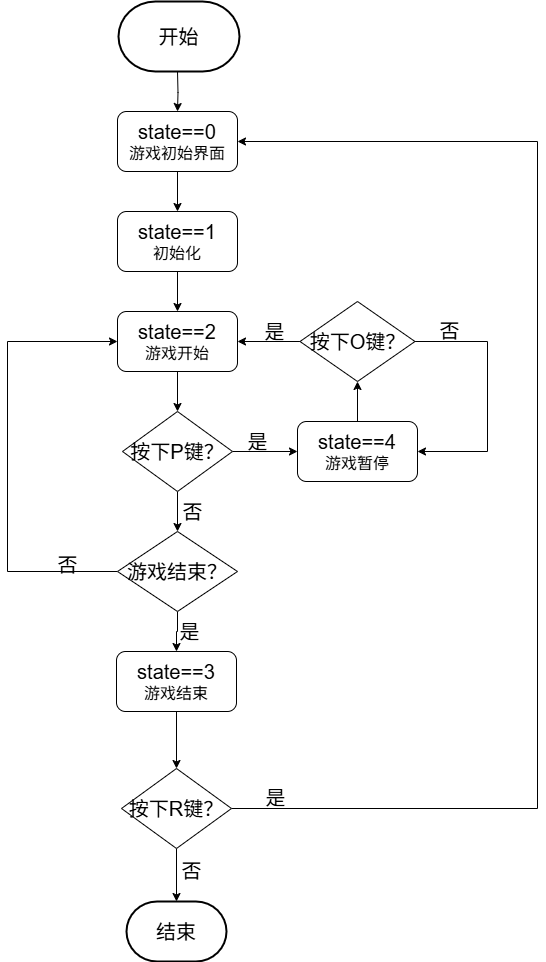
Earlier version of the draw.io export game.png (maple-m117/bysj_etc.). Source tidied: cells renumbered, new cells last; positions are measured from the earlier drawing's top-left corner, leaving out a move shared by most shapes.
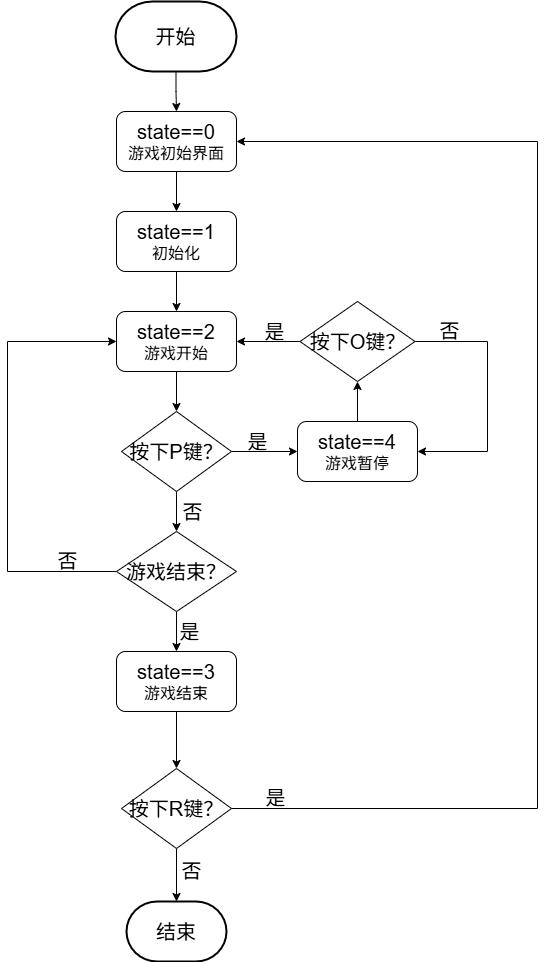
After the change.

Change to the diagram source:
```diff
@@ -2,28 +2,23 @@
   <root>
     <mxCell id="0" />
     <mxCell id="1" parent="0" />
-    <mxCell id="2" style="edgeStyle=orthogonalEdgeStyle;rounded=0;jettySize=auto;html=1;" parent="1" edge="1" target="4">
-      <mxGeometry relative="1" as="geometry">
-        <mxPoint x="170" y="70" as="sourcePoint" />
-      </mxGeometry>
-    </mxCell>
     <mxCell id="3" style="edgeStyle=orthogonalEdgeStyle;rounded=0;jettySize=auto;html=1;" parent="1" edge="1" source="4" target="6">
       <mxGeometry relative="1" as="geometry" />
     </mxCell>
     <mxCell id="4" value="&lt;font style=&quot;font-size: 20px;&quot;&gt;state==0&lt;/font&gt;&lt;div&gt;&lt;font size=&quot;3&quot;&gt;游戏初始界面&lt;/font&gt;&lt;/div&gt;" style="rounded=1;whiteSpace=wrap;html=1;" parent="1" vertex="1">
-      <mxGeometry x="110" y="110" width="120" height="60" as="geometry" />
+      <mxGeometry x="109" y="110" width="120" height="60" as="geometry" />
     </mxCell>
     <mxCell id="5" style="edgeStyle=orthogonalEdgeStyle;rounded=0;jettySize=auto;html=1;" parent="1" edge="1" source="6" target="8">
       <mxGeometry relative="1" as="geometry" />
     </mxCell>
     <mxCell id="6" value="&lt;font style=&quot;font-size: 20px;&quot;&gt;state==1&lt;/font&gt;&lt;div&gt;&lt;font size=&quot;3&quot;&gt;初始化&lt;/font&gt;&lt;/div&gt;" style="whiteSpace=wrap;html=1;rounded=1;" parent="1" vertex="1">
-      <mxGeometry x="110" y="210" width="120" height="60" as="geometry" />
+      <mxGeometry x="109" y="210" width="120" height="60" as="geometry" />
     </mxCell>
     <mxCell id="7" style="edgeStyle=orthogonalEdgeStyle;rounded=0;jettySize=auto;html=1;" parent="1" edge="1" source="8" target="11">
       <mxGeometry relative="1" as="geometry" />
     </mxCell>
     <mxCell id="8" value="&lt;font style=&quot;font-size: 20px;&quot;&gt;state==2&lt;/font&gt;&lt;div&gt;&lt;font size=&quot;3&quot;&gt;游戏开始&lt;/font&gt;&lt;/div&gt;" style="whiteSpace=wrap;html=1;rounded=1;" parent="1" vertex="1">
-      <mxGeometry x="110" y="310" width="120" height="60" as="geometry" />
+      <mxGeometry x="109" y="310" width="120" height="60" as="geometry" />
     </mxCell>
     <mxCell id="9" style="edgeStyle=orthogonalEdgeStyle;rounded=0;jettySize=auto;html=1;" parent="1" edge="1" source="11" target="19">
       <mxGeometry relative="1" as="geometry" />
@@ -32,7 +27,7 @@
       <mxGeometry relative="1" as="geometry" />
     </mxCell>
     <mxCell id="11" value="&lt;font style=&quot;font-size: 20px;&quot;&gt;按下P键？&lt;/font&gt;" style="rhombus;whiteSpace=wrap;html=1;" parent="1" vertex="1">
-      <mxGeometry x="115" y="410" width="110" height="80" as="geometry" />
+      <mxGeometry x="114" y="410" width="110" height="80" as="geometry" />
     </mxCell>
     <mxCell id="12" style="edgeStyle=orthogonalEdgeStyle;rounded=0;jettySize=auto;html=1;" parent="1" edge="1" source="13" target="16">
       <mxGeometry relative="1" as="geometry" />
@@ -66,7 +61,7 @@
       </mxGeometry>
     </mxCell>
     <mxCell id="19" value="&lt;font style=&quot;font-size: 20px;&quot;&gt;游戏结束？&lt;/font&gt;" style="rhombus;whiteSpace=wrap;html=1;" parent="1" vertex="1">
-      <mxGeometry x="110" y="530" width="120" height="80" as="geometry" />
+      <mxGeometry x="109" y="530" width="120" height="80" as="geometry" />
     </mxCell>
     <mxCell id="20" style="edgeStyle=orthogonalEdgeStyle;rounded=0;jettySize=auto;html=1;" parent="1" edge="1" source="21" target="24">
       <mxGeometry relative="1" as="geometry" />
@@ -95,7 +90,7 @@
       <mxGeometry x="164" y="849" width="40" height="40" as="geometry" />
     </mxCell>
     <mxCell id="27" value="&lt;font style=&quot;font-size: 20px;&quot;&gt;否&lt;/font&gt;" style="text;html=1;align=center;verticalAlign=middle;strokeColor=none;fillColor=none;" parent="1" vertex="1">
-      <mxGeometry x="40" y="543" width="40" height="40" as="geometry" />
+      <mxGeometry x="40" y="539" width="40" height="40" as="geometry" />
     </mxCell>
     <mxCell id="28" value="&lt;font style=&quot;font-size: 20px;&quot;&gt;否&lt;/font&gt;" style="text;html=1;align=center;verticalAlign=middle;strokeColor=none;fillColor=none;" parent="1" vertex="1">
       <mxGeometry x="165" y="490" width="40" height="40" as="geometry" />
@@ -115,8 +110,11 @@
     <mxCell id="33" value="&lt;font style=&quot;font-size: 20px;&quot;&gt;是&lt;/font&gt;" style="text;html=1;align=center;verticalAlign=middle;strokeColor=none;fillColor=none;" parent="1" vertex="1">
       <mxGeometry x="247.5" y="776" width="40" height="40" as="geometry" />
     </mxCell>
+    <mxCell id="35" style="edgeStyle=orthogonalEdgeStyle;rounded=0;jettySize=auto;html=1;" parent="1" edge="1" source="34" target="4">
+      <mxGeometry relative="1" as="geometry" />
+    </mxCell>
     <mxCell id="34" value="&lt;font style=&quot;font-size: 20px;&quot;&gt;开始&lt;/font&gt;" style="strokeWidth=2;html=1;shape=mxgraph.flowchart.terminator;whiteSpace=wrap;" parent="1" vertex="1">
-      <mxGeometry x="111" width="121" height="70" as="geometry" />
+      <mxGeometry x="108" width="121" height="70" as="geometry" />
     </mxCell>
   </root>
 </mxGraphModel>
```
